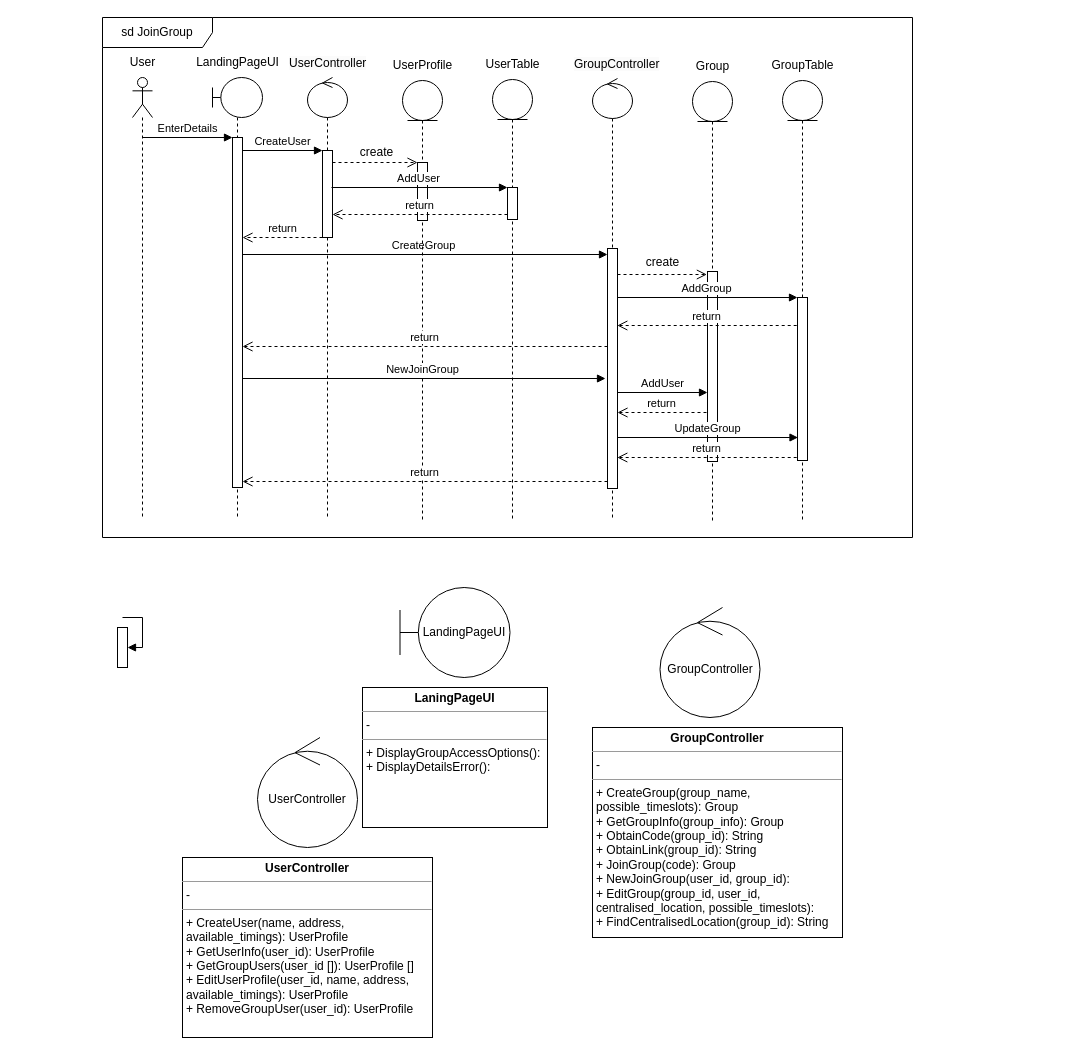
audd-ho/School-Projects-Stuff keeps this draw.io diagram as page "JoinGroup" (3 of 6) of SC2006/Diagrams/Sequence Diagrams.drawio. Above is the earlier version. Source tidied: cells renumbered, new cells numbered last; positions are measured from the earlier drawing's top-left corner, leaving out a move shared by most shapes. Both pictures are drawn from the tidied source at 100%, with x=0, y=0 at pixel (102, 17).
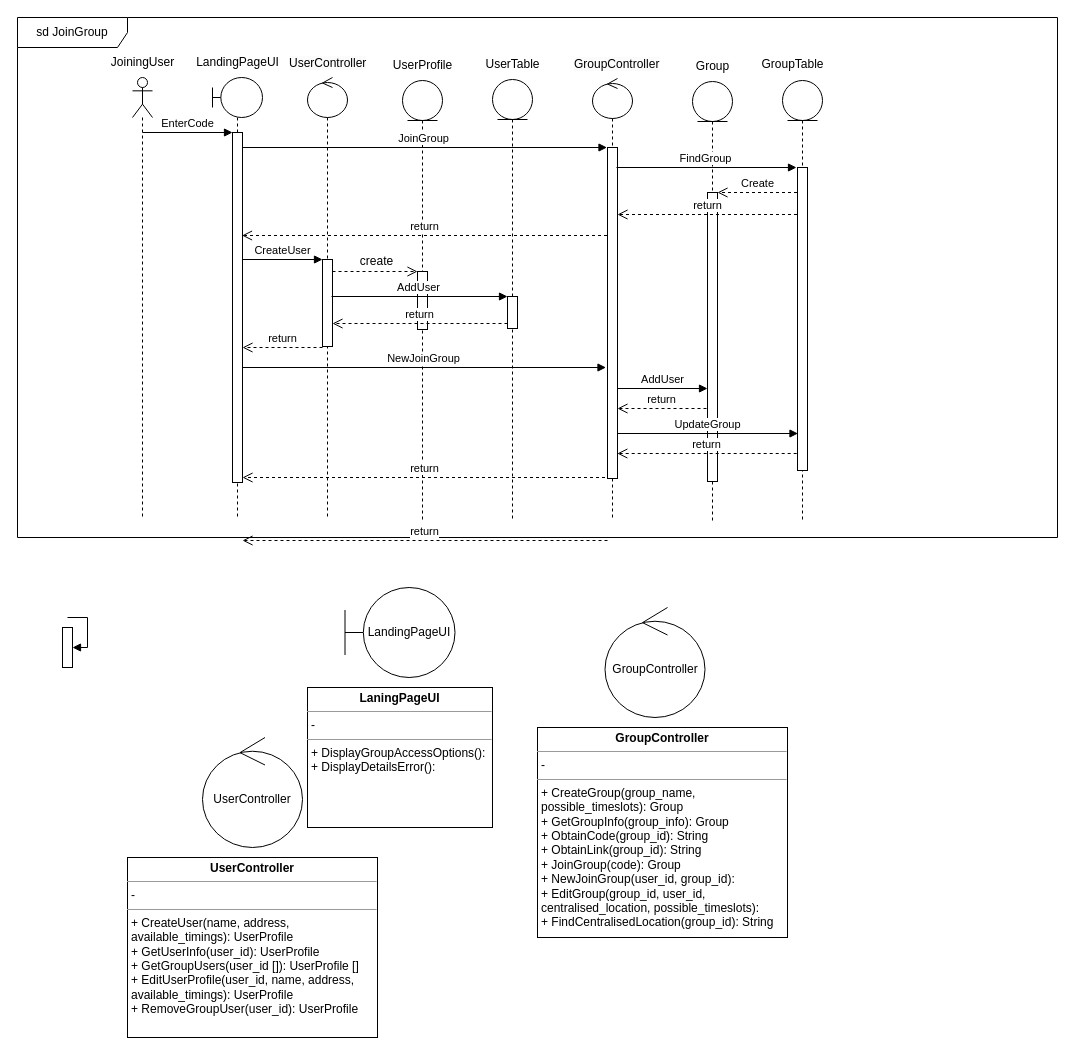
The same page after the edit.

The change refers to these unchanged cells:
```xml
<mxCell id="7" style="shape=umlLifeline;perimeter=lifelinePerimeter;whiteSpace=wrap;html=1;newEdgeStyle={&quot;curved&quot;:0,&quot;rounded&quot;:0};participant=umlBoundary;" parent="1" vertex="1">
  <mxGeometry x="110" y="60" width="50" height="440" as="geometry" />
</mxCell>
<mxCell id="14" style="shape=umlLifeline;perimeter=lifelinePerimeter;whiteSpace=wrap;html=1;newEdgeStyle={&quot;curved&quot;:0,&quot;rounded&quot;:0};participant=umlControl;" parent="1" vertex="1">
  <mxGeometry x="205" y="60" width="40" height="440" as="geometry" />
</mxCell>
<mxCell id="20" style="shape=umlLifeline;perimeter=lifelinePerimeter;whiteSpace=wrap;html=1;newEdgeStyle={&quot;curved&quot;:0,&quot;rounded&quot;:0};participant=umlControl;" parent="1" vertex="1">
  <mxGeometry x="490" y="61" width="40" height="440" as="geometry" />
</mxCell>
<mxCell id="23" style="shape=umlLifeline;perimeter=lifelinePerimeter;whiteSpace=wrap;html=1;newEdgeStyle={&quot;curved&quot;:0,&quot;rounded&quot;:0};participant=umlEntity;" parent="1" vertex="1">
  <mxGeometry x="300" y="63" width="40" height="440" as="geometry" />
</mxCell>
<mxCell id="26" style="shape=umlLifeline;perimeter=lifelinePerimeter;whiteSpace=wrap;html=1;newEdgeStyle={&quot;curved&quot;:0,&quot;rounded&quot;:0};participant=umlEntity;" parent="1" vertex="1">
  <mxGeometry x="390" y="62" width="40" height="440" as="geometry" />
</mxCell>
<mxCell id="29" style="shape=umlLifeline;perimeter=lifelinePerimeter;whiteSpace=wrap;html=1;newEdgeStyle={&quot;curved&quot;:0,&quot;rounded&quot;:0};participant=umlEntity;" parent="1" vertex="1">
  <mxGeometry x="590" y="64" width="40" height="440" as="geometry" />
</mxCell>
<mxCell id="32" style="shape=umlLifeline;perimeter=lifelinePerimeter;whiteSpace=wrap;html=1;newEdgeStyle={&quot;curved&quot;:0,&quot;rounded&quot;:0};participant=umlEntity;" parent="1" vertex="1">
  <mxGeometry x="680" y="63" width="40" height="440" as="geometry" />
</mxCell>
```

The edit, as a diff of the source:
```diff
@@
     <mxCell id="2" value="sd JoinGroup" style="shape=umlFrame;whiteSpace=wrap;html=1;width=110;height=30;" parent="1" vertex="1">
-      <mxGeometry width="810" height="520" as="geometry" />
+      <mxGeometry x="-85" width="1040" height="520" as="geometry" />
     </mxCell>
@@
-    <mxCell id="4" value="User" style="text;html=1;align=center;verticalAlign=middle;strokeColor=none;fillColor=none;" parent="1" vertex="1">
-      <mxGeometry x="15" y="30" width="50" height="30" as="geometry" />
+    <mxCell id="4" value="JoiningUser" style="text;html=1;align=center;verticalAlign=middle;strokeColor=none;fillColor=none;" parent="1" vertex="1">
+      <mxGeometry x="-5" y="30" width="90" height="30" as="geometry" />
     </mxCell>
     <mxCell id="5" value="LandingPageUI" style="shape=umlBoundary;whiteSpace=wrap;html=1;" parent="1" vertex="1">
-      <mxGeometry x="297.5" y="570" width="110" height="90" as="geometry" />
+      <mxGeometry x="242.5" y="570" width="110" height="90" as="geometry" />
     </mxCell>
     <mxCell id="6" value="&lt;p style=&quot;margin:0px;margin-top:4px;text-align:center;&quot;&gt;&lt;b&gt;LaningPageUI&lt;/b&gt;&lt;br&gt;&lt;/p&gt;&lt;hr size=&quot;1&quot;&gt;&lt;p style=&quot;margin:0px;margin-left:4px;&quot;&gt;-&lt;/p&gt;&lt;hr size=&quot;1&quot;&gt;&lt;p style=&quot;margin:0px;margin-left:4px;&quot;&gt;+ DisplayGroupAccessOptions():&lt;/p&gt;&lt;p style=&quot;margin:0px;margin-left:4px;&quot;&gt;+ DisplayDetailsError():&lt;/p&gt;" style="verticalAlign=top;align=left;overflow=fill;fontSize=12;fontFamily=Helvetica;html=1;whiteSpace=wrap;" parent="1" vertex="1">
-      <mxGeometry x="260" y="670" width="185" height="140" as="geometry" />
+      <mxGeometry x="205" y="670" width="185" height="140" as="geometry" />
     </mxCell>
@@
     <mxCell id="8" style="html=1;points=[[0,0,0,0,5],[0,1,0,0,-5],[1,0,0,0,5],[1,1,0,0,-5]];perimeter=orthogonalPerimeter;outlineConnect=0;targetShapes=umlLifeline;portConstraint=eastwest;newEdgeStyle={&quot;curved&quot;:0,&quot;rounded&quot;:0};" parent="7" vertex="1">
-      <mxGeometry x="20" y="60" width="10" height="350" as="geometry" />
+      <mxGeometry x="20" y="55" width="10" height="350" as="geometry" />
     </mxCell>
@@
     <mxCell id="10" value="UserController" style="ellipse;shape=umlControl;whiteSpace=wrap;html=1;" parent="1" vertex="1">
-      <mxGeometry x="155" y="720" width="100" height="110" as="geometry" />
+      <mxGeometry x="100" y="720" width="100" height="110" as="geometry" />
     </mxCell>
     <mxCell id="11" value="&lt;p style=&quot;margin:0px;margin-top:4px;text-align:center;&quot;&gt;&lt;b&gt;UserController&lt;/b&gt;&lt;/p&gt;&lt;hr size=&quot;1&quot;&gt;&lt;p style=&quot;margin:0px;margin-left:4px;&quot;&gt;-&lt;/p&gt;&lt;hr size=&quot;1&quot;&gt;&lt;p style=&quot;margin:0px;margin-left:4px;&quot;&gt;+ CreateUser(name, address, available_timings): UserProfile&lt;/p&gt;&lt;p style=&quot;margin:0px;margin-left:4px;&quot;&gt;+ GetUserInfo(user_id): UserProfile&lt;br&gt;&lt;/p&gt;&lt;p style=&quot;margin:0px;margin-left:4px;&quot;&gt;+ GetGroupUsers(user_id []): UserProfile []&lt;br&gt;&lt;/p&gt;&lt;p style=&quot;margin:0px;margin-left:4px;&quot;&gt;+ EditUserProfile(user_id, name, address, available_timings): UserProfile&lt;/p&gt;&lt;p style=&quot;margin:0px;margin-left:4px;&quot;&gt;&lt;span style=&quot;background-color: initial;&quot;&gt;+ RemoveGroupUser(user_id): UserProfile&amp;nbsp;&lt;/span&gt;&lt;/p&gt;" style="verticalAlign=top;align=left;overflow=fill;fontSize=12;fontFamily=Helvetica;html=1;whiteSpace=wrap;" parent="1" vertex="1">
-      <mxGeometry x="80" y="840" width="250" height="180" as="geometry" />
+      <mxGeometry x="25" y="840" width="250" height="180" as="geometry" />
     </mxCell>
     <mxCell id="12" value="GroupController" style="ellipse;shape=umlControl;whiteSpace=wrap;html=1;" parent="1" vertex="1">
-      <mxGeometry x="557.5" y="590" width="100" height="110" as="geometry" />
+      <mxGeometry x="502.5" y="590" width="100" height="110" as="geometry" />
     </mxCell>
     <mxCell id="13" value="&lt;p style=&quot;margin:0px;margin-top:4px;text-align:center;&quot;&gt;&lt;b&gt;GroupController&lt;/b&gt;&lt;/p&gt;&lt;hr size=&quot;1&quot;&gt;&lt;p style=&quot;margin:0px;margin-left:4px;&quot;&gt;-&amp;nbsp;&lt;/p&gt;&lt;hr size=&quot;1&quot;&gt;&lt;p style=&quot;margin:0px;margin-left:4px;&quot;&gt;+ CreateGroup(group_name, possible_timeslots): Group&lt;/p&gt;&lt;p style=&quot;margin:0px;margin-left:4px;&quot;&gt;+ GetGroupInfo(group_info): Group&lt;br&gt;&lt;/p&gt;&lt;p style=&quot;margin:0px;margin-left:4px;&quot;&gt;+ ObtainCode(group_id): String&lt;/p&gt;&lt;p style=&quot;margin:0px;margin-left:4px;&quot;&gt;+ ObtainLink(group_id): String&lt;/p&gt;&lt;p style=&quot;margin:0px;margin-left:4px;&quot;&gt;+ JoinGroup(code): Group&amp;nbsp;&lt;/p&gt;&lt;p style=&quot;margin:0px;margin-left:4px;&quot;&gt;+ NewJoinGroup(user_id, group_id):&lt;br&gt;&lt;/p&gt;&lt;p style=&quot;margin:0px;margin-left:4px;&quot;&gt;+ EditGroup(group_id, user_id, centralised_location, possible_timeslots):&amp;nbsp;&lt;/p&gt;&lt;p style=&quot;margin:0px;margin-left:4px;&quot;&gt;+ FindCentralisedLocation(group_id): String&lt;/p&gt;" style="verticalAlign=top;align=left;overflow=fill;fontSize=12;fontFamily=Helvetica;html=1;whiteSpace=wrap;" parent="1" vertex="1">
-      <mxGeometry x="490" y="710" width="250" height="210" as="geometry" />
+      <mxGeometry x="435" y="710" width="250" height="210" as="geometry" />
     </mxCell>
@@
     <mxCell id="15" style="html=1;perimeter=orthogonalPerimeter;targetShapes=umlLifeline;newEdgeStyle={&quot;curved&quot;:0,&quot;rounded&quot;:0};" parent="14" vertex="1">
-      <mxGeometry x="15" y="73" width="10" height="87" as="geometry" />
+      <mxGeometry x="15" y="182" width="10" height="87" as="geometry" />
     </mxCell>
     <mxCell id="16" value="CreateUser" style="html=1;verticalAlign=bottom;endArrow=block;curved=0;rounded=0;" parent="14" edge="1">
       <mxGeometry x="-0.01" relative="1" as="geometry">
-        <mxPoint x="-65" y="73" as="sourcePoint" />
-        <mxPoint x="15" y="73" as="targetPoint" />
+        <mxPoint x="-65" y="182" as="sourcePoint" />
+        <mxPoint x="15" y="182" as="targetPoint" />
       </mxGeometry>
     </mxCell>
-    <mxCell id="17" value="CreateGroup" style="html=1;verticalAlign=bottom;endArrow=block;curved=0;rounded=0;" parent="14" edge="1">
-      <mxGeometry x="-0.01" relative="1" as="geometry">
-        <mxPoint x="-65" y="177" as="sourcePoint" />
-        <mxPoint x="300" y="177" as="targetPoint" />
-      </mxGeometry>
-    </mxCell>
@@
-    <mxCell id="21" style="html=1;points=[[0,0,0,0,5],[0,1,0,0,-5],[1,0,0,0,5],[1,1,0,0,-5]];perimeter=orthogonalPerimeter;outlineConnect=0;targetShapes=umlLifeline;portConstraint=eastwest;newEdgeStyle={&quot;curved&quot;:0,&quot;rounded&quot;:0};" parent="20" vertex="1">
-      <mxGeometry x="15" y="170" width="10" height="240" as="geometry" />
-    </mxCell>
+    <mxCell id="54" style="html=1;perimeter=orthogonalPerimeter;targetShapes=umlLifeline;newEdgeStyle={&quot;curved&quot;:0,&quot;rounded&quot;:0};" parent="20" vertex="1">
+      <mxGeometry x="15" y="69" width="10" height="331" as="geometry" />
+    </mxCell>
@@
     <mxCell id="24" style="html=1;points=[[0,0,0,0,5],[0,1,0,0,-5],[1,0,0,0,5],[1,1,0,0,-5]];perimeter=orthogonalPerimeter;outlineConnect=0;targetShapes=umlLifeline;portConstraint=eastwest;newEdgeStyle={&quot;curved&quot;:0,&quot;rounded&quot;:0};" parent="23" vertex="1">
-      <mxGeometry x="15" y="82" width="10" height="58" as="geometry" />
+      <mxGeometry x="15" y="191" width="10" height="58" as="geometry" />
     </mxCell>
@@
     <mxCell id="27" style="html=1;points=[[0,0,0,0,5],[0,1,0,0,-5],[1,0,0,0,5],[1,1,0,0,-5]];perimeter=orthogonalPerimeter;outlineConnect=0;targetShapes=umlLifeline;portConstraint=eastwest;newEdgeStyle={&quot;curved&quot;:0,&quot;rounded&quot;:0};" parent="26" vertex="1">
-      <mxGeometry x="15" y="108" width="10" height="32" as="geometry" />
+      <mxGeometry x="15" y="217" width="10" height="32" as="geometry" />
     </mxCell>
@@
-    <mxCell id="30" style="html=1;perimeter=orthogonalPerimeter;targetShapes=umlLifeline;newEdgeStyle={&quot;curved&quot;:0,&quot;rounded&quot;:0};" parent="29" vertex="1">
-      <mxGeometry x="15" y="190" width="10" height="190" as="geometry" />
-    </mxCell>
+    <mxCell id="55" style="html=1;points=[[0,0,0,0,5],[0,1,0,0,-5],[1,0,0,0,5],[1,1,0,0,-5]];perimeter=orthogonalPerimeter;outlineConnect=0;targetShapes=umlLifeline;portConstraint=eastwest;newEdgeStyle={&quot;curved&quot;:0,&quot;rounded&quot;:0};" parent="29" vertex="1">
+      <mxGeometry x="15" y="111" width="10" height="289" as="geometry" />
+    </mxCell>
@@
-    <mxCell id="33" style="html=1;points=[[0,0,0,0,5],[0,1,0,0,-5],[1,0,0,0,5],[1,1,0,0,-5]];perimeter=orthogonalPerimeter;outlineConnect=0;targetShapes=umlLifeline;portConstraint=eastwest;newEdgeStyle={&quot;curved&quot;:0,&quot;rounded&quot;:0};" parent="32" vertex="1">
-      <mxGeometry x="15" y="217" width="10" height="163" as="geometry" />
-    </mxCell>
+    <mxCell id="56" style="html=1;perimeter=orthogonalPerimeter;targetShapes=umlLifeline;newEdgeStyle={&quot;curved&quot;:0,&quot;rounded&quot;:0};" parent="32" vertex="1">
+      <mxGeometry x="15" y="87" width="10" height="303" as="geometry" />
+    </mxCell>
     <mxCell id="34" value="GroupTable" style="text;html=1;align=center;verticalAlign=middle;strokeColor=none;fillColor=none;" parent="1" vertex="1">
-      <mxGeometry x="655" y="33" width="90" height="30" as="geometry" />
+      <mxGeometry x="645" y="32" width="90" height="30" as="geometry" />
     </mxCell>
-    <mxCell id="35" value="EnterDetails" style="html=1;verticalAlign=bottom;endArrow=block;curved=0;rounded=0;" parent="1" edge="1">
+    <mxCell id="35" value="EnterCode" style="html=1;verticalAlign=bottom;endArrow=block;curved=0;rounded=0;" parent="1" edge="1">
       <mxGeometry relative="1" as="geometry">
-        <mxPoint x="40" y="120" as="sourcePoint" />
-        <mxPoint x="130" y="120" as="targetPoint" />
+        <mxPoint x="40" y="115" as="sourcePoint" />
+        <mxPoint x="130" y="115" as="targetPoint" />
       </mxGeometry>
     </mxCell>
     <mxCell id="36" style="html=1;points=[[0,0,0,0,5],[0,1,0,0,-5],[1,0,0,0,5],[1,1,0,0,-5]];perimeter=orthogonalPerimeter;outlineConnect=0;targetShapes=umlLifeline;portConstraint=eastwest;newEdgeStyle={&quot;curved&quot;:0,&quot;rounded&quot;:0};" parent="1" vertex="1">
-      <mxGeometry x="15" y="610" width="10" height="40" as="geometry" />
+      <mxGeometry x="-40" y="610" width="10" height="40" as="geometry" />
     </mxCell>
     <mxCell id="37" style="html=1;align=left;spacingLeft=2;endArrow=block;rounded=0;edgeStyle=orthogonalEdgeStyle;curved=0;rounded=0;" parent="1" edge="1" target="36">
       <mxGeometry relative="1" as="geometry">
-        <mxPoint x="20" y="600" as="sourcePoint" />
+        <mxPoint x="-35" y="600" as="sourcePoint" />
         <Array as="points">
-          <mxPoint x="40" y="600" />
-          <mxPoint x="40" y="630" />
+          <mxPoint x="-15" y="600" />
+          <mxPoint x="-15" y="630" />
         </Array>
       </mxGeometry>
     </mxCell>
     <mxCell id="38" style="html=1;verticalAlign=bottom;endArrow=open;dashed=1;endSize=8;curved=0;rounded=0;" parent="1" edge="1" target="24">
       <mxGeometry relative="1" as="geometry">
-        <mxPoint x="230" y="145" as="sourcePoint" />
+        <mxPoint x="230" y="254" as="sourcePoint" />
       </mxGeometry>
     </mxCell>
     <mxCell id="39" value="create" style="text;html=1;align=center;verticalAlign=middle;strokeColor=none;fillColor=none;" parent="1" vertex="1">
-      <mxGeometry x="244" y="120" width="60" height="30" as="geometry" />
+      <mxGeometry x="244" y="229" width="60" height="30" as="geometry" />
     </mxCell>
     <mxCell id="40" value="return" style="html=1;verticalAlign=bottom;endArrow=open;dashed=1;endSize=8;curved=0;rounded=0;" parent="1" edge="1">
       <mxGeometry relative="1" as="geometry">
-        <mxPoint x="220" y="220" as="sourcePoint" />
-        <mxPoint x="140" y="220" as="targetPoint" />
+        <mxPoint x="220" y="330" as="sourcePoint" />
+        <mxPoint x="140" y="330" as="targetPoint" />
       </mxGeometry>
     </mxCell>
-    <mxCell id="41" value="return" style="html=1;verticalAlign=bottom;endArrow=open;dashed=1;endSize=8;curved=0;rounded=0;" parent="1" edge="1">
-      <mxGeometry relative="1" as="geometry">
-        <mxPoint x="505" y="329" as="sourcePoint" />
-        <mxPoint x="140" y="329" as="targetPoint" />
-      </mxGeometry>
-    </mxCell>
-    <mxCell id="42" style="html=1;verticalAlign=bottom;endArrow=open;dashed=1;endSize=8;curved=0;rounded=0;" parent="1" edge="1">
-      <mxGeometry relative="1" as="geometry">
-        <mxPoint x="515" y="257" as="sourcePoint" />
-        <mxPoint x="604.4" y="257" as="targetPoint" />
-      </mxGeometry>
-    </mxCell>
     <mxCell id="43" value="return" style="html=1;verticalAlign=bottom;endArrow=open;dashed=1;endSize=8;curved=0;rounded=0;" parent="1" edge="1">
       <mxGeometry relative="1" as="geometry">
-        <mxPoint x="505" y="464" as="sourcePoint" />
-        <mxPoint x="140" y="464" as="targetPoint" />
+        <mxPoint x="505" y="523" as="sourcePoint" />
+        <mxPoint x="140" y="523" as="targetPoint" />
       </mxGeometry>
     </mxCell>
     <mxCell id="44" value="NewJoinGroup" style="html=1;verticalAlign=bottom;endArrow=block;curved=0;rounded=0;" parent="1" edge="1">
       <mxGeometry x="-0.01" relative="1" as="geometry">
-        <mxPoint x="140" y="361" as="sourcePoint" />
-        <mxPoint x="503" y="361" as="targetPoint" />
+        <mxPoint x="140.5" y="350" as="sourcePoint" />
+        <mxPoint x="503.5" y="350" as="targetPoint" />
       </mxGeometry>
     </mxCell>
     <mxCell id="45" value="AddUser" style="html=1;verticalAlign=bottom;endArrow=block;curved=0;rounded=0;" parent="1" edge="1">
       <mxGeometry x="-0.01" relative="1" as="geometry">
-        <mxPoint x="515" y="375" as="sourcePoint" />
-        <mxPoint x="605" y="375" as="targetPoint" />
+        <mxPoint x="515" y="371" as="sourcePoint" />
+        <mxPoint x="605" y="371" as="targetPoint" />
       </mxGeometry>
     </mxCell>
     <mxCell id="46" value="AddUser" style="html=1;verticalAlign=bottom;endArrow=block;curved=0;rounded=0;" parent="1" edge="1" target="27">
       <mxGeometry x="-0.01" relative="1" as="geometry">
-        <mxPoint x="229" y="170" as="sourcePoint" />
+        <mxPoint x="229" y="279" as="sourcePoint" />
       </mxGeometry>
     </mxCell>
     <mxCell id="47" value="return" style="html=1;verticalAlign=bottom;endArrow=open;dashed=1;endSize=8;curved=0;rounded=0;entryX=1;entryY=1;entryDx=0;entryDy=-5;entryPerimeter=0;exitX=0;exitY=1;exitDx=0;exitDy=-5;exitPerimeter=0;" parent="1" edge="1" source="27">
       <mxGeometry relative="1" as="geometry">
-        <mxPoint x="230" y="197" as="targetPoint" />
+        <mxPoint x="230" y="306" as="targetPoint" />
       </mxGeometry>
     </mxCell>
-    <mxCell id="48" value="create" style="text;html=1;align=center;verticalAlign=middle;strokeColor=none;fillColor=none;" parent="1" vertex="1">
-      <mxGeometry x="530" y="230" width="60" height="30" as="geometry" />
-    </mxCell>
-    <mxCell id="49" value="AddGroup" style="html=1;verticalAlign=bottom;endArrow=block;curved=0;rounded=0;" parent="1" edge="1" target="33">
-      <mxGeometry x="-0.01" relative="1" as="geometry">
-        <mxPoint x="515" y="280" as="sourcePoint" />
-      </mxGeometry>
-    </mxCell>
-    <mxCell id="50" value="return" style="html=1;verticalAlign=bottom;endArrow=open;dashed=1;endSize=8;curved=0;rounded=0;" parent="1" edge="1">
-      <mxGeometry relative="1" as="geometry">
-        <mxPoint x="694.2" y="308" as="sourcePoint" />
-        <mxPoint x="514.8" y="308" as="targetPoint" />
-      </mxGeometry>
-    </mxCell>
-    <mxCell id="51" value="return" style="html=1;verticalAlign=bottom;endArrow=open;dashed=1;endSize=8;curved=0;rounded=0;" parent="1" edge="1" target="21">
+    <mxCell id="51" value="return" style="html=1;verticalAlign=bottom;endArrow=open;dashed=1;endSize=8;curved=0;rounded=0;" parent="1" edge="1">
       <mxGeometry relative="1" as="geometry">
-        <mxPoint x="604" y="395" as="sourcePoint" />
+        <mxPoint x="604" y="391" as="sourcePoint" />
+        <mxPoint x="515" y="391" as="targetPoint" />
       </mxGeometry>
     </mxCell>
     <mxCell id="52" value="UpdateGroup" style="html=1;verticalAlign=bottom;endArrow=block;curved=0;rounded=0;" parent="1" edge="1">
       <mxGeometry x="-0.01" relative="1" as="geometry">
-        <mxPoint x="515.5" y="420" as="sourcePoint" />
-        <mxPoint x="695.5" y="420" as="targetPoint" />
+        <mxPoint x="515.5" y="416" as="sourcePoint" />
+        <mxPoint x="695.5" y="416" as="targetPoint" />
       </mxGeometry>
     </mxCell>
     <mxCell id="53" value="return" style="html=1;verticalAlign=bottom;endArrow=open;dashed=1;endSize=8;curved=0;rounded=0;" parent="1" edge="1">
       <mxGeometry relative="1" as="geometry">
-        <mxPoint x="694.2" y="440" as="sourcePoint" />
-        <mxPoint x="514.8" y="440" as="targetPoint" />
+        <mxPoint x="694.2" y="436" as="sourcePoint" />
+        <mxPoint x="514.8" y="436" as="targetPoint" />
       </mxGeometry>
     </mxCell>
+    <mxCell id="57" value="JoinGroup" style="html=1;verticalAlign=bottom;endArrow=block;curved=0;rounded=0;" parent="1" edge="1">
+      <mxGeometry x="-0.01" relative="1" as="geometry">
+        <mxPoint x="139.5" y="130" as="sourcePoint" />
+        <mxPoint x="504.5" y="130" as="targetPoint" />
+      </mxGeometry>
+    </mxCell>
+    <mxCell id="58" value="FindGroup" style="html=1;verticalAlign=bottom;endArrow=block;curved=0;rounded=0;" parent="1" edge="1">
+      <mxGeometry x="-0.01" relative="1" as="geometry">
+        <mxPoint x="514" y="150" as="sourcePoint" />
+        <mxPoint x="694" y="150" as="targetPoint" />
+      </mxGeometry>
+    </mxCell>
+    <mxCell id="59" value="Create" style="html=1;verticalAlign=bottom;endArrow=open;dashed=1;endSize=8;curved=0;rounded=0;entryX=1;entryY=0;entryDx=0;entryDy=0;entryPerimeter=0;" parent="1" edge="1" target="55">
+      <mxGeometry relative="1" as="geometry">
+        <mxPoint x="694.5" y="175" as="sourcePoint" />
+      </mxGeometry>
+    </mxCell>
+    <mxCell id="60" value="return" style="html=1;verticalAlign=bottom;endArrow=open;dashed=1;endSize=8;curved=0;rounded=0;" parent="1" edge="1">
+      <mxGeometry relative="1" as="geometry">
+        <mxPoint x="694.5" y="197" as="sourcePoint" />
+        <mxPoint x="515" y="197" as="targetPoint" />
+      </mxGeometry>
+    </mxCell>
+    <mxCell id="61" value="return" style="html=1;verticalAlign=bottom;endArrow=open;dashed=1;endSize=8;curved=0;rounded=0;" parent="1" edge="1">
+      <mxGeometry relative="1" as="geometry">
+        <mxPoint x="504.5" y="218" as="sourcePoint" />
+        <mxPoint x="139.5" y="218" as="targetPoint" />
+      </mxGeometry>
+    </mxCell>
+    <mxCell id="62" value="return" style="html=1;verticalAlign=bottom;endArrow=open;dashed=1;endSize=8;curved=0;rounded=0;entryX=1;entryY=1;entryDx=0;entryDy=-5;entryPerimeter=0;" parent="1" edge="1" target="8">
+      <mxGeometry relative="1" as="geometry">
+        <mxPoint x="502.5" y="460" as="sourcePoint" />
+      </mxGeometry>
+    </mxCell>
```
